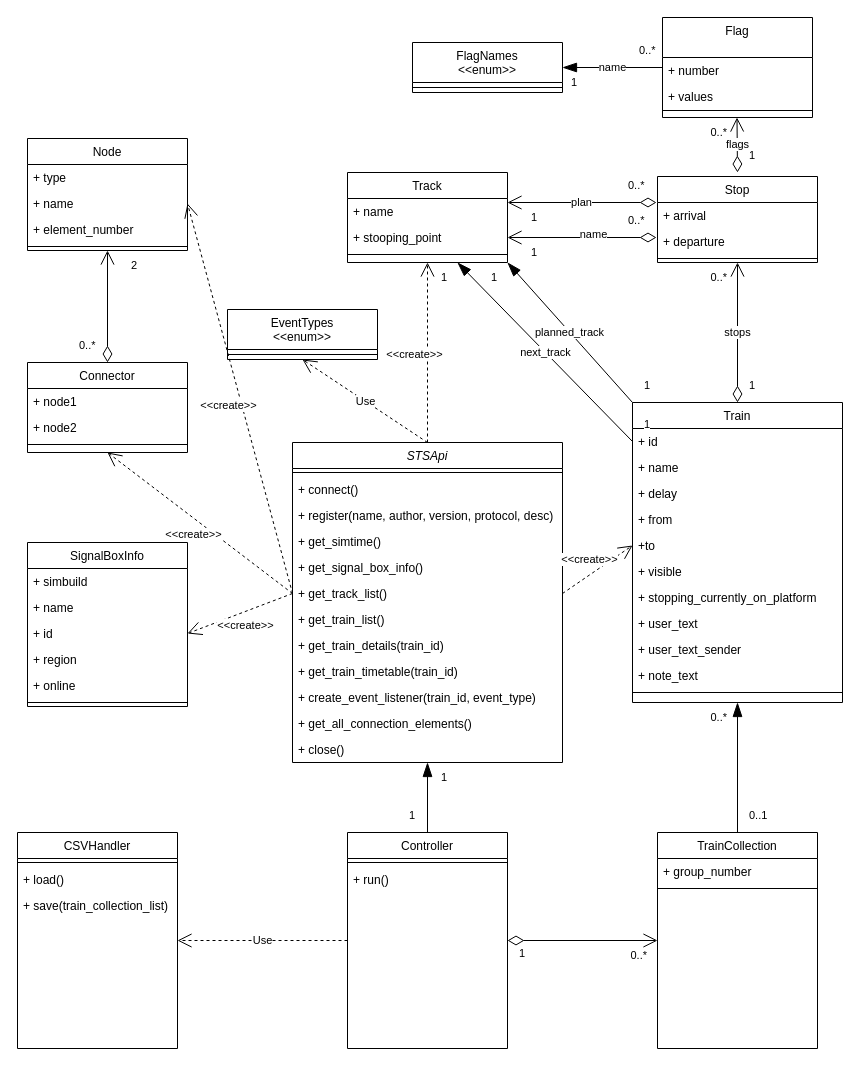
Above: docs/class_diagram.drawio in Rene2000k/sts-train-collector (draw.io), before the change. Source tidied: cells renumbered, new cells numbered last; positions are measured from the earlier drawing's top-left corner, leaving out a move shared by most shapes. Both pictures are drawn from the tidied source at 100%, with x=0, y=0 at pixel (17, 17).
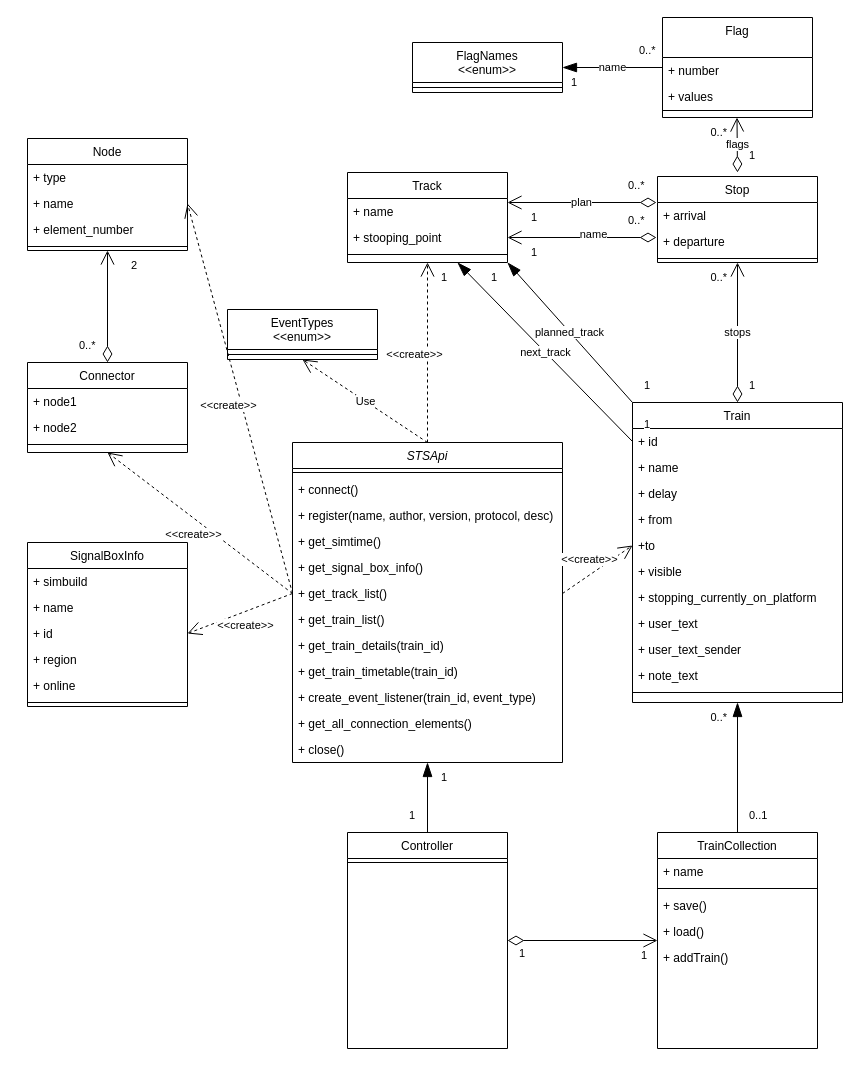
After the change.

Unchanged cells that the change refers to:
```xml
<mxCell id="15" value="Controller" style="swimlane;fontStyle=0;align=center;verticalAlign=top;horizontal=1;startSize=26;rounded=0;shadow=0;strokeWidth=1;" parent="1" vertex="1">
  <mxGeometry x="330" y="815" width="160" height="216" as="geometry" />
</mxCell>
<mxCell id="38" value="TrainCollection" style="swimlane;fontStyle=0;align=center;verticalAlign=top;horizontal=1;startSize=26;rounded=0;shadow=0;strokeWidth=1;" parent="1" vertex="1">
  <mxGeometry x="640" y="815" width="160" height="216" as="geometry" />
</mxCell>
<mxCell id="44" style="endArrow=open;html=1;endSize=12;startArrow=diamondThin;startSize=14;startFill=0;edgeStyle=orthogonalEdgeStyle;rounded=0;exitX=1;exitY=0.5;exitDx=0;exitDy=0;entryX=0;entryY=0.5;entryDx=0;entryDy=0;" parent="1" edge="1" source="15" target="38">
  <mxGeometry relative="1" as="geometry" />
</mxCell>
```

Diff of the diagram source:
```diff
@@
-    <mxCell id="17" value="+ run()" style="text;strokeColor=none;fillColor=none;align=left;verticalAlign=top;spacingLeft=4;spacingRight=4;overflow=hidden;" parent="15" vertex="1">
-      <mxGeometry y="34" width="160" height="26" as="geometry" />
-    </mxCell>
-    <mxCell id="18" value="CSVHandler" style="swimlane;fontStyle=0;align=center;verticalAlign=top;horizontal=1;startSize=26;rounded=0;shadow=0;strokeWidth=1;" parent="1" vertex="1">
-      <mxGeometry y="815" width="160" height="216" as="geometry" />
-    </mxCell>
-    <mxCell id="19" style="line;html=1;strokeWidth=1;align=left;verticalAlign=middle;spacingTop=-1;spacingLeft=3;spacingRight=3;labelPosition=right;" parent="18" vertex="1">
-      <mxGeometry y="26" width="160" height="8" as="geometry" />
-    </mxCell>
-    <mxCell id="20" value="+ load()" style="text;strokeColor=none;fillColor=none;align=left;verticalAlign=top;spacingLeft=4;spacingRight=4;overflow=hidden;" parent="18" vertex="1">
-      <mxGeometry y="34" width="160" height="26" as="geometry" />
-    </mxCell>
-    <mxCell id="21" value="+ save(train_collection_list)" style="text;strokeColor=none;fillColor=none;align=left;verticalAlign=top;spacingLeft=4;spacingRight=4;overflow=hidden;" parent="18" vertex="1">
-      <mxGeometry y="60" width="160" height="26" as="geometry" />
-    </mxCell>
@@
-    <mxCell id="39" value="+ group_number" style="text;strokeColor=none;fillColor=none;align=left;verticalAlign=top;spacingLeft=4;spacingRight=4;overflow=hidden;" parent="38" vertex="1">
-      <mxGeometry y="26" width="160" height="26" as="geometry" />
-    </mxCell>
+    <mxCell id="17" value="+ name" style="text;strokeColor=none;fillColor=none;align=left;verticalAlign=top;spacingLeft=4;spacingRight=4;overflow=hidden;" parent="38" vertex="1">
+      <mxGeometry y="26" width="160" height="26" as="geometry" />
+    </mxCell>
@@
+    <mxCell id="110" value="+ save()" style="text;strokeColor=none;fillColor=none;align=left;verticalAlign=top;spacingLeft=4;spacingRight=4;overflow=hidden;" parent="38" vertex="1">
+      <mxGeometry y="60" width="160" height="26" as="geometry" />
+    </mxCell>
+    <mxCell id="20" value="+ load()" style="text;strokeColor=none;fillColor=none;align=left;verticalAlign=top;spacingLeft=4;spacingRight=4;overflow=hidden;" parent="38" vertex="1">
+      <mxGeometry y="86" width="160" height="26" as="geometry" />
+    </mxCell>
+    <mxCell id="111" value="+ addTrain()" style="text;strokeColor=none;fillColor=none;align=left;verticalAlign=top;spacingLeft=4;spacingRight=4;overflow=hidden;" parent="38" vertex="1">
+      <mxGeometry y="112" width="160" height="26" as="geometry" />
+    </mxCell>
@@
-    <mxCell id="46" value="0..*" style="edgeLabel;html=1;align=right;verticalAlign=top;" parent="44" vertex="1">
+    <mxCell id="46" value="1" style="edgeLabel;html=1;align=right;verticalAlign=top;" parent="44" vertex="1">
       <mxGeometry x="1" relative="1" as="geometry">
         <mxPoint x="-10" y="2" as="offset" />
       </mxGeometry>
     </mxCell>
@@
-    <mxCell id="87" value="Use" style="endArrow=open;endSize=12;dashed=1;html=1;rounded=0;exitX=0;exitY=0.5;exitDx=0;exitDy=0;entryX=1;entryY=0.5;entryDx=0;entryDy=0;" parent="1" edge="1" source="15" target="18">
-      <mxGeometry relative="1" as="geometry" />
-    </mxCell>
```
